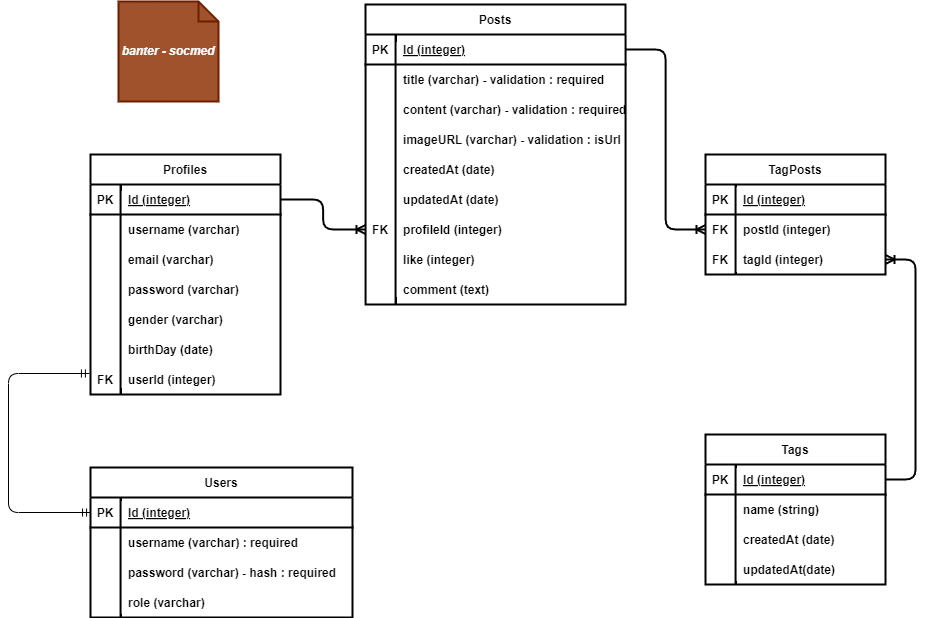
AbdulRidhoRamadhan/banter-Social-Media keeps this draw.io diagram as schema-banter.drawio.png. Above is the earlier version. Source tidied: cells renumbered, new cells last; positions are measured from the earlier drawing's top-left corner, leaving out a move shared by most shapes.
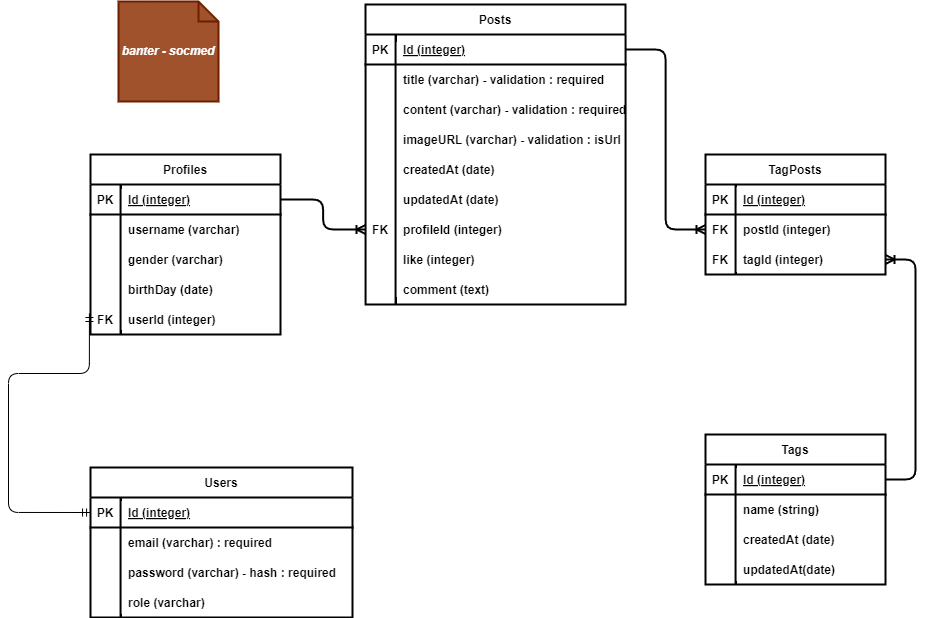
The same diagram one commit later.

Diff of the diagram source:
```diff
@@ -126,7 +126,7 @@
       <mxGeometry x="30" width="230" height="30" as="geometry" />
     </mxCell>
     <mxCell id="43" value="Profiles" style="shape=table;startSize=30;rowLines=0;fontStyle=1;align=center;strokeWidth=2;" parent="1" vertex="1">
-      <mxGeometry x="82.1" y="153" width="190" height="240" as="geometry" />
+      <mxGeometry x="82.1" y="153" width="190" height="180" as="geometry" />
     </mxCell>
     <mxCell id="44" style="shape=tableRow;horizontal=0;startSize=0;swimlaneHead=0;swimlaneBody=0;fillColor=none;points=[[0,0.5],[1,0.5]];portConstraint=eastwest;top=0;left=0;right=0;bottom=1;strokeWidth=2;fontStyle=1;" parent="43" vertex="1">
       <mxGeometry y="30" width="190" height="30" as="geometry" />
@@ -146,26 +146,8 @@
     <mxCell id="49" value="username (varchar)" style="shape=partialRectangle;fillColor=none;top=0;left=0;bottom=0;right=0;align=left;spacingLeft=6;overflow=hidden;strokeWidth=2;fontStyle=1;" parent="47" vertex="1">
       <mxGeometry x="30" width="160" height="30" as="geometry" />
     </mxCell>
-    <mxCell id="50" style="shape=tableRow;horizontal=0;startSize=0;swimlaneHead=0;swimlaneBody=0;fillColor=none;top=0;left=0;right=0;bottom=0;strokeWidth=2;fontStyle=1;" parent="43" vertex="1">
-      <mxGeometry y="90" width="190" height="30" as="geometry" />
-    </mxCell>
-    <mxCell id="51" style="shape=partialRectangle;fillColor=none;top=0;left=0;bottom=0;right=0;overflow=hidden;strokeWidth=2;fontStyle=1;" parent="50" vertex="1">
-      <mxGeometry width="30" height="30" as="geometry" />
-    </mxCell>
-    <mxCell id="52" value="email (varchar)" style="shape=partialRectangle;fillColor=none;top=0;left=0;bottom=0;right=0;align=left;spacingLeft=6;overflow=hidden;strokeWidth=2;fontStyle=1;" parent="50" vertex="1">
-      <mxGeometry x="30" width="160" height="30" as="geometry" />
-    </mxCell>
-    <mxCell id="53" style="shape=tableRow;horizontal=0;startSize=0;swimlaneHead=0;swimlaneBody=0;fillColor=none;top=0;left=0;right=0;bottom=0;strokeWidth=2;fontStyle=1;" parent="43" vertex="1">
-      <mxGeometry y="120" width="190" height="30" as="geometry" />
-    </mxCell>
-    <mxCell id="54" style="shape=partialRectangle;fillColor=none;top=0;left=0;bottom=0;right=0;overflow=hidden;strokeWidth=2;fontStyle=1;" parent="53" vertex="1">
-      <mxGeometry width="30" height="30" as="geometry" />
-    </mxCell>
-    <mxCell id="55" value="password (varchar)" style="shape=partialRectangle;fillColor=none;top=0;left=0;bottom=0;right=0;align=left;spacingLeft=6;overflow=hidden;strokeWidth=2;fontStyle=1;" parent="53" vertex="1">
-      <mxGeometry x="30" width="160" height="30" as="geometry" />
-    </mxCell>
     <mxCell id="56" style="shape=tableRow;horizontal=0;startSize=0;swimlaneHead=0;swimlaneBody=0;fillColor=none;top=0;left=0;right=0;bottom=0;strokeWidth=2;fontStyle=1;" parent="43" vertex="1">
-      <mxGeometry y="150" width="190" height="30" as="geometry" />
+      <mxGeometry y="90" width="190" height="30" as="geometry" />
     </mxCell>
     <mxCell id="57" style="shape=partialRectangle;fillColor=none;top=0;left=0;bottom=0;right=0;overflow=hidden;strokeWidth=2;fontStyle=1;" parent="56" vertex="1">
       <mxGeometry width="30" height="30" as="geometry" />
@@ -174,7 +156,7 @@
       <mxGeometry x="30" width="160" height="30" as="geometry" />
     </mxCell>
     <mxCell id="59" style="shape=tableRow;horizontal=0;startSize=0;swimlaneHead=0;swimlaneBody=0;fillColor=none;top=0;left=0;right=0;bottom=0;strokeWidth=2;fontStyle=1;" parent="43" vertex="1">
-      <mxGeometry y="180" width="190" height="30" as="geometry" />
+      <mxGeometry y="120" width="190" height="30" as="geometry" />
     </mxCell>
     <mxCell id="60" style="shape=partialRectangle;fillColor=none;top=0;left=0;bottom=0;right=0;overflow=hidden;strokeWidth=2;fontStyle=1;" parent="59" vertex="1">
       <mxGeometry width="30" height="30" as="geometry" />
@@ -183,7 +165,7 @@
       <mxGeometry x="30" width="160" height="30" as="geometry" />
     </mxCell>
     <mxCell id="62" style="shape=tableRow;horizontal=0;startSize=0;swimlaneHead=0;swimlaneBody=0;fillColor=none;points=[[0,0.5],[1,0.5]];portConstraint=eastwest;top=0;left=0;right=0;bottom=0;strokeWidth=2;fontStyle=1;" parent="43" vertex="1">
-      <mxGeometry y="210" width="190" height="30" as="geometry" />
+      <mxGeometry y="150" width="190" height="30" as="geometry" />
     </mxCell>
     <mxCell id="63" value="FK" style="shape=partialRectangle;fillColor=none;top=0;left=0;bottom=0;right=0;overflow=hidden;strokeWidth=2;fontStyle=1;" parent="62" vertex="1">
       <mxGeometry width="30" height="30" as="geometry" />
@@ -209,7 +191,7 @@
     <mxCell id="70" style="shape=partialRectangle;fillColor=none;top=0;left=0;bottom=0;right=0;overflow=hidden;strokeWidth=2;fontStyle=1;" parent="69" vertex="1">
       <mxGeometry width="30" height="30" as="geometry" />
     </mxCell>
-    <mxCell id="71" value="username (varchar) : required" style="shape=partialRectangle;fillColor=none;top=0;left=0;bottom=0;right=0;align=left;spacingLeft=6;overflow=hidden;strokeWidth=2;fontStyle=1;" parent="69" vertex="1">
+    <mxCell id="71" value="email (varchar) : required" style="shape=partialRectangle;fillColor=none;top=0;left=0;bottom=0;right=0;align=left;spacingLeft=6;overflow=hidden;strokeWidth=2;fontStyle=1;" parent="69" vertex="1">
       <mxGeometry x="30" width="231.9" height="30" as="geometry" />
     </mxCell>
     <mxCell id="72" style="shape=tableRow;horizontal=0;startSize=0;swimlaneHead=0;swimlaneBody=0;fillColor=none;top=0;left=0;right=0;bottom=0;strokeWidth=2;fontStyle=1;" parent="65" vertex="1">
```
